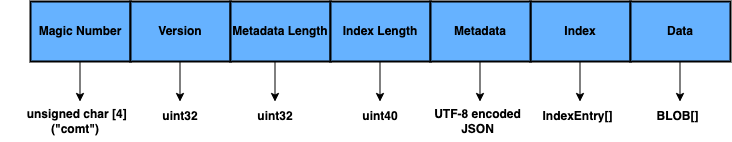
Above: packages/spec/assets/layout.png in mactrem/com-tiles (draw.io), before the change. Source tidied: cells renumbered, new cells last; positions are measured from the earlier drawing's top-left corner, leaving out a move shared by most shapes.
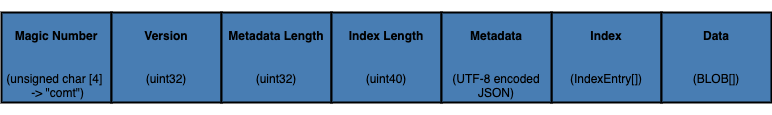
The same diagram one commit later.

What changed in the source:
```diff
@@ -3,91 +3,28 @@
     <mxCell id="0" />
     <mxCell id="1" parent="0" />
     <mxCell id="2" style="rounded=0;whiteSpace=wrap;html=1;" parent="1" vertex="1">
-      <mxGeometry x="30" width="700" height="60" as="geometry" />
+      <mxGeometry y="-140" width="700" height="60" as="geometry" />
     </mxCell>
-    <mxCell id="3" value="&lt;b&gt;Magic Number&lt;/b&gt;" style="rounded=0;whiteSpace=wrap;html=1;fillColor=#66B2FF;strokeWidth=2;shadow=0;sketch=0;glass=0;" parent="1" vertex="1">
-      <mxGeometry x="30" width="100" height="60" as="geometry" />
+    <mxCell id="3" value="&lt;b&gt;&lt;br&gt;Magic Number&lt;br&gt;&lt;br&gt;&lt;br&gt;&lt;/b&gt;(unsigned char [4]&amp;nbsp; &amp;nbsp;-&amp;gt; &quot;comt&quot;)&lt;b&gt;&lt;br&gt;&lt;/b&gt;" style="rounded=0;whiteSpace=wrap;html=1;fillColor=#487DB3;strokeWidth=2;shadow=0;sketch=0;glass=0;" parent="1" vertex="1">
+      <mxGeometry x="-10" y="-170" width="110" height="90" as="geometry" />
     </mxCell>
-    <mxCell id="4" value="&lt;b&gt;Version&lt;/b&gt;" style="rounded=0;whiteSpace=wrap;html=1;fillColor=#66B2FF;strokeWidth=2;" parent="1" vertex="1">
-      <mxGeometry x="130" width="100" height="60" as="geometry" />
+    <mxCell id="4" value="&lt;b&gt;Version&lt;br&gt;&lt;br&gt;&lt;br&gt;&lt;/b&gt;(uint32)&lt;b&gt;&lt;br&gt;&lt;/b&gt;" style="rounded=0;whiteSpace=wrap;html=1;fillColor=#487DB3;strokeWidth=2;" parent="1" vertex="1">
+      <mxGeometry x="100" y="-170" width="110" height="90" as="geometry" />
     </mxCell>
-    <mxCell id="5" value="&lt;b&gt;Metadata Length&lt;/b&gt;" style="rounded=0;whiteSpace=wrap;html=1;fillColor=#66B2FF;strokeWidth=2;" parent="1" vertex="1">
-      <mxGeometry x="230" width="100" height="60" as="geometry" />
+    <mxCell id="5" value="&lt;b&gt;Metadata Length&lt;/b&gt;&lt;br&gt;&lt;br&gt;&lt;br&gt;(uint32)" style="rounded=0;whiteSpace=wrap;html=1;fillColor=#487DB3;strokeWidth=2;" parent="1" vertex="1">
+      <mxGeometry x="210" y="-170" width="110" height="90" as="geometry" />
     </mxCell>
-    <mxCell id="6" value="&lt;b&gt;Index Length&lt;/b&gt;" style="rounded=0;whiteSpace=wrap;html=1;fillColor=#66B2FF;strokeWidth=2;" parent="1" vertex="1">
-      <mxGeometry x="330" width="100" height="60" as="geometry" />
+    <mxCell id="6" value="&lt;b&gt;&lt;br&gt;&lt;br&gt;Index Length&lt;br&gt;&lt;/b&gt;&lt;br&gt;&lt;br&gt;(uint40)&lt;br&gt;&lt;br&gt;&lt;b&gt;&lt;br&gt;&lt;/b&gt;" style="rounded=0;whiteSpace=wrap;html=1;fillColor=#487DB3;strokeWidth=2;" parent="1" vertex="1">
+      <mxGeometry x="320" y="-170" width="110" height="90" as="geometry" />
     </mxCell>
-    <mxCell id="7" value="&lt;b&gt;Index&lt;/b&gt;" style="rounded=0;whiteSpace=wrap;html=1;fillColor=#66B2FF;strokeWidth=2;" parent="1" vertex="1">
-      <mxGeometry x="530" width="100" height="60" as="geometry" />
+    <mxCell id="7" value="&lt;b&gt;&lt;br&gt;&lt;br&gt;Index&lt;br&gt;&lt;br&gt;&lt;br&gt;&lt;/b&gt;(IndexEntry[])&lt;br&gt;&lt;br&gt;&lt;b&gt;&lt;br&gt;&lt;/b&gt;" style="rounded=0;whiteSpace=wrap;html=1;fillColor=#487DB3;strokeWidth=2;" parent="1" vertex="1">
+      <mxGeometry x="540" y="-170" width="110" height="90" as="geometry" />
     </mxCell>
-    <mxCell id="8" value="&lt;b&gt;&amp;nbsp;unsigned char [4] (&lt;/b&gt;&lt;b&gt;&quot;comt&quot;)&lt;/b&gt;" style="text;html=1;strokeColor=none;fillColor=none;align=center;verticalAlign=middle;whiteSpace=wrap;rounded=0;" parent="1" vertex="1">
-      <mxGeometry y="100" width="150" height="40" as="geometry" />
-    </mxCell>
-    <mxCell id="9" style="endArrow=classic;html=1;rounded=0;exitX=0.5;exitY=1;exitDx=0;exitDy=0;" parent="1" edge="1">
-      <mxGeometry relative="1" as="geometry">
-        <mxPoint x="179.5" y="60" as="sourcePoint" />
-        <mxPoint x="179.5" y="100" as="targetPoint" />
-      </mxGeometry>
-    </mxCell>
-    <mxCell id="10" value="&lt;b&gt;uint32&lt;/b&gt;" style="text;html=1;strokeColor=none;fillColor=none;align=center;verticalAlign=middle;whiteSpace=wrap;rounded=0;" parent="1" vertex="1">
-      <mxGeometry x="105" y="100" width="150" height="30" as="geometry" />
-    </mxCell>
-    <mxCell id="11" style="endArrow=classic;html=1;rounded=0;exitX=0.5;exitY=1;exitDx=0;exitDy=0;" parent="1" edge="1">
-      <mxGeometry relative="1" as="geometry">
-        <mxPoint x="274.5" y="60" as="sourcePoint" />
-        <mxPoint x="274.5" y="100" as="targetPoint" />
-      </mxGeometry>
-    </mxCell>
-    <mxCell id="12" value="&lt;b&gt;uint32&lt;/b&gt;" style="text;html=1;strokeColor=none;fillColor=none;align=center;verticalAlign=middle;whiteSpace=wrap;rounded=0;" parent="1" vertex="1">
-      <mxGeometry x="200" y="100" width="150" height="30" as="geometry" />
-    </mxCell>
-    <mxCell id="13" style="endArrow=classic;html=1;rounded=0;exitX=0.5;exitY=1;exitDx=0;exitDy=0;" parent="1" edge="1">
-      <mxGeometry relative="1" as="geometry">
-        <mxPoint x="379.5" y="60" as="sourcePoint" />
-        <mxPoint x="379.5" y="100" as="targetPoint" />
-      </mxGeometry>
-    </mxCell>
-    <mxCell id="14" value="&lt;b&gt;uint40&lt;/b&gt;" style="text;html=1;strokeColor=none;fillColor=none;align=center;verticalAlign=middle;whiteSpace=wrap;rounded=0;" parent="1" vertex="1">
-      <mxGeometry x="305" y="100" width="150" height="30" as="geometry" />
-    </mxCell>
-    <mxCell id="15" value="&lt;b&gt;Data&lt;/b&gt;" style="rounded=0;whiteSpace=wrap;html=1;fillColor=#66B2FF;strokeWidth=2;" parent="1" vertex="1">
-      <mxGeometry x="630" width="100" height="60" as="geometry" />
+    <mxCell id="15" value="&lt;b&gt;&lt;br&gt;&lt;br&gt;Data&lt;br&gt;&lt;br&gt;&lt;/b&gt;&lt;br&gt;(BLOB[])&lt;br&gt;&lt;br&gt;&lt;b&gt;&lt;br&gt;&lt;/b&gt;" style="rounded=0;whiteSpace=wrap;html=1;fillColor=#487DB3;strokeWidth=2;" parent="1" vertex="1">
+      <mxGeometry x="650" y="-170" width="110" height="90" as="geometry" />
     </mxCell>
-    <mxCell id="16" value="&lt;b&gt;Metadata&lt;/b&gt;" style="rounded=0;whiteSpace=wrap;html=1;fillColor=#66B2FF;strokeWidth=2;" parent="1" vertex="1">
-      <mxGeometry x="430" width="100" height="60" as="geometry" />
+    <mxCell id="16" value="&lt;b&gt;&lt;br&gt;Metadata&lt;br&gt;&lt;br&gt;&lt;/b&gt;&lt;br&gt;(UTF-8 encoded JSON)&lt;b&gt;&lt;br&gt;&lt;/b&gt;" style="rounded=0;whiteSpace=wrap;html=1;fillColor=#487DB3;strokeWidth=2;" parent="1" vertex="1">
+      <mxGeometry x="430" y="-170" width="110" height="90" as="geometry" />
     </mxCell>
-    <mxCell id="17" style="endArrow=classic;html=1;rounded=0;exitX=0.5;exitY=1;exitDx=0;exitDy=0;" parent="1" edge="1">
-      <mxGeometry relative="1" as="geometry">
-        <mxPoint x="479.5" y="60" as="sourcePoint" />
-        <mxPoint x="479.5" y="100" as="targetPoint" />
-      </mxGeometry>
-    </mxCell>
-    <mxCell id="18" value="&lt;b&gt;UTF-8 encoded JSON&lt;/b&gt;" style="text;html=1;strokeColor=none;fillColor=none;align=center;verticalAlign=middle;whiteSpace=wrap;rounded=0;" parent="1" vertex="1">
-      <mxGeometry x="430" y="100" width="95" height="40" as="geometry" />
-    </mxCell>
-    <mxCell id="19" style="endArrow=classic;html=1;rounded=0;exitX=0.5;exitY=1;exitDx=0;exitDy=0;" parent="1" edge="1">
-      <mxGeometry relative="1" as="geometry">
-        <mxPoint x="579.5" y="60" as="sourcePoint" />
-        <mxPoint x="579.5" y="100" as="targetPoint" />
-      </mxGeometry>
-    </mxCell>
-    <mxCell id="20" value="&lt;b&gt;IndexEntry[]&lt;/b&gt;" style="text;html=1;strokeColor=none;fillColor=none;align=center;verticalAlign=middle;whiteSpace=wrap;rounded=0;" parent="1" vertex="1">
-      <mxGeometry x="530" y="100" width="95" height="30" as="geometry" />
-    </mxCell>
-    <mxCell id="21" style="endArrow=classic;html=1;rounded=0;exitX=0.5;exitY=1;exitDx=0;exitDy=0;" parent="1" edge="1">
-      <mxGeometry relative="1" as="geometry">
-        <mxPoint x="679.5" y="60" as="sourcePoint" />
-        <mxPoint x="679.5" y="100" as="targetPoint" />
-      </mxGeometry>
-    </mxCell>
-    <mxCell id="22" value="&lt;b&gt;BLOB[]&lt;/b&gt;" style="text;html=1;strokeColor=none;fillColor=none;align=center;verticalAlign=middle;whiteSpace=wrap;rounded=0;" parent="1" vertex="1">
-      <mxGeometry x="630" y="100" width="95" height="30" as="geometry" />
-    </mxCell>
-    <mxCell id="23" style="endArrow=classic;html=1;rounded=0;exitX=0.5;exitY=1;exitDx=0;exitDy=0;" parent="1" edge="1">
-      <mxGeometry relative="1" as="geometry">
-        <mxPoint x="79.5" y="60" as="sourcePoint" />
-        <mxPoint x="79.5" y="100" as="targetPoint" />
-      </mxGeometry>
-    </mxCell>
   </root>
 </mxGraphModel>
```
